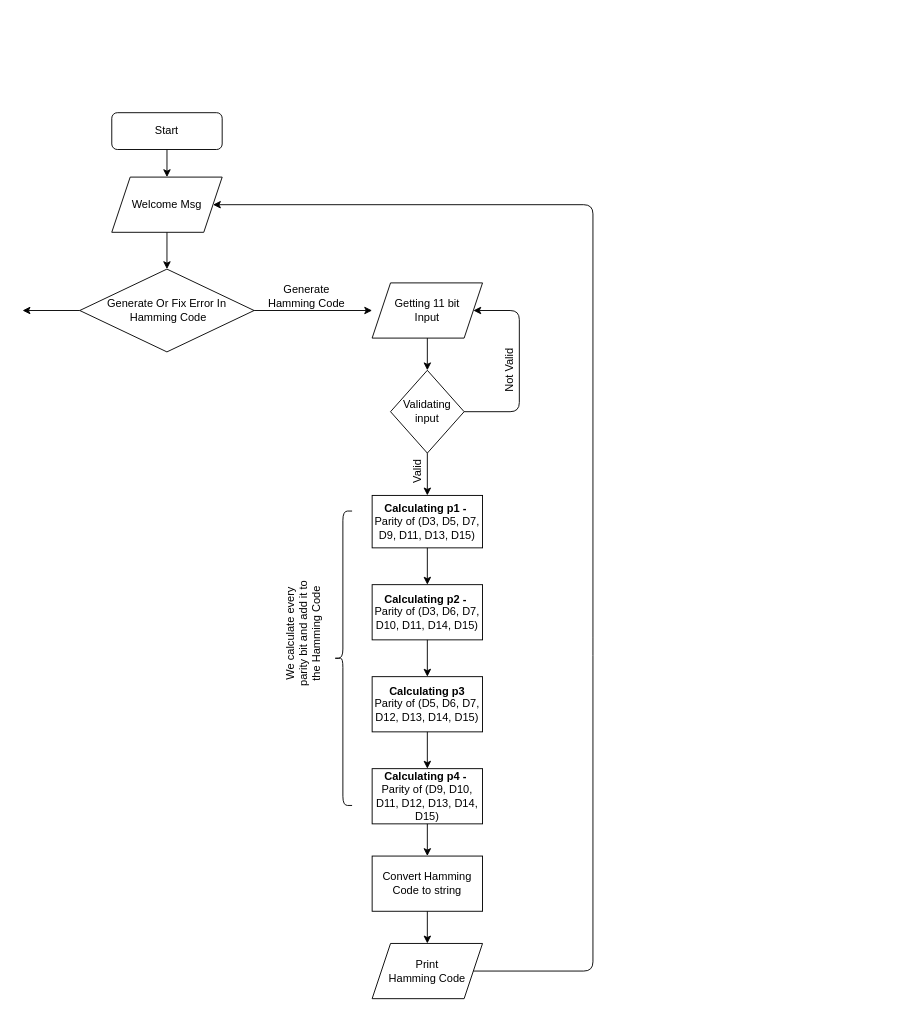
Bnux256/Hamming-Code-8086 keeps this draw.io diagram as Diagrams/Part1.drawio. Above is the earlier version. Source tidied: cells renumbered, new cells numbered last; positions are measured from the earlier drawing's top-left corner, leaving out a move shared by most shapes. Both pictures are drawn from the tidied source at 92%, with x=0, y=0 at pixel (22, 112).
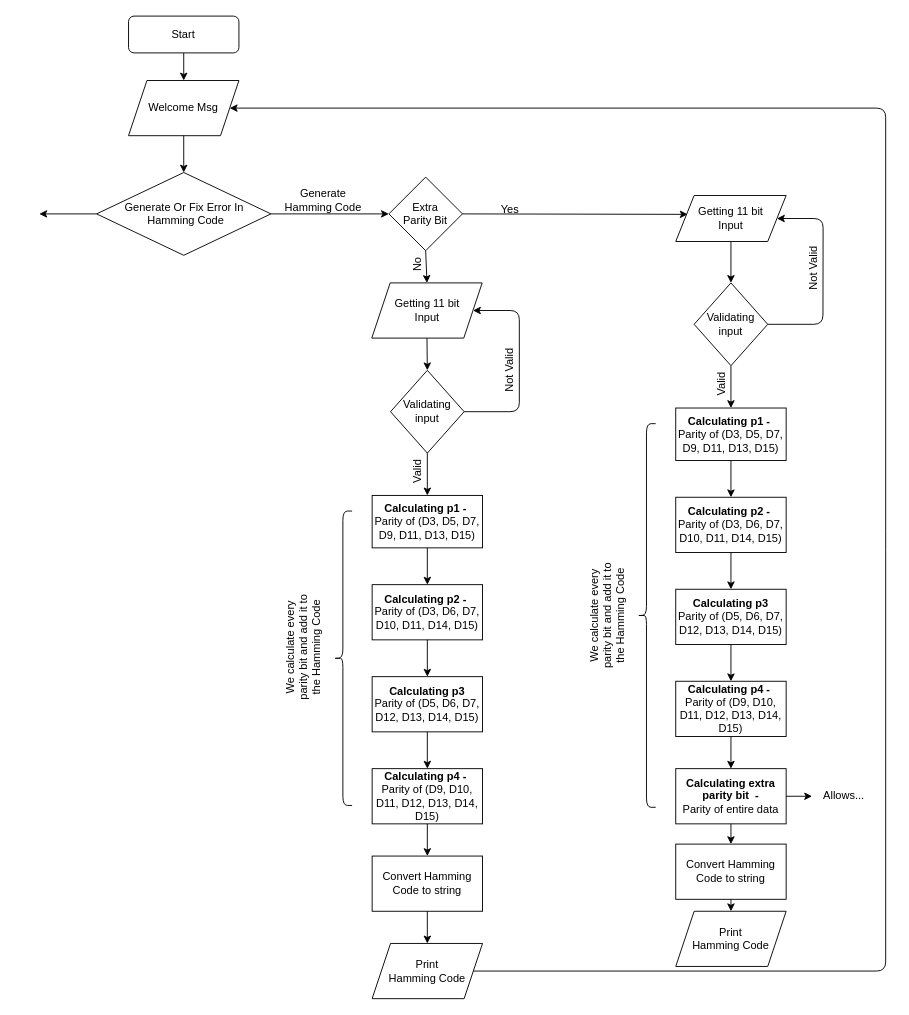
After the change.

Unchanged cells that the change refers to:
```xml
<mxCell id="24" value="Print &lt;br&gt;Hamming Code" style="shape=parallelogram;perimeter=parallelogramPerimeter;whiteSpace=wrap;html=1;fixedSize=1;" parent="1" vertex="1">
  <mxGeometry x="380" y="903" width="120" height="60" as="geometry" />
</mxCell>
```

What changed in the source:
```diff
@@
     <mxCell id="2" value="Welcome Msg" style="shape=parallelogram;perimeter=parallelogramPerimeter;whiteSpace=wrap;html=1;fixedSize=1;" parent="1" vertex="1">
-      <mxGeometry x="97" y="70" width="120" height="60" as="geometry" />
+      <mxGeometry x="115.2" y="-35" width="120" height="60" as="geometry" />
     </mxCell>
     <mxCell id="3" style="endArrow=classic;html=1;exitX=0.5;exitY=1;exitDx=0;exitDy=0;" parent="1" edge="1" target="2">
       <mxGeometry relative="1" as="geometry">
-        <mxPoint x="157" y="40" as="sourcePoint" />
+        <mxPoint x="175.2" y="-65" as="sourcePoint" />
       </mxGeometry>
     </mxCell>
     <mxCell id="4" value="Generate Or Fix Error In&lt;br&gt;&amp;nbsp;Hamming Code" style="rhombus;whiteSpace=wrap;html=1;" parent="1" vertex="1">
-      <mxGeometry x="62.2" y="170" width="189.5" height="90" as="geometry" />
+      <mxGeometry x="80.5" y="65" width="189.5" height="90" as="geometry" />
     </mxCell>
@@
     <mxCell id="6" value="Start" style="rounded=1;whiteSpace=wrap;html=1;" parent="1" vertex="1">
-      <mxGeometry x="97" width="120" height="40" as="geometry" />
+      <mxGeometry x="115.2" y="-105" width="120" height="40" as="geometry" />
     </mxCell>
     <mxCell id="7" style="endArrow=classic;html=1;exitX=0;exitY=0.5;exitDx=0;exitDy=0;" parent="1" edge="1" source="4">
       <mxGeometry relative="1" as="geometry">
-        <mxPoint y="215" as="targetPoint" />
+        <mxPoint x="18.2" y="110" as="targetPoint" />
       </mxGeometry>
     </mxCell>
     <mxCell id="8" style="endArrow=classic;html=1;exitX=1;exitY=0.5;exitDx=0;exitDy=0;" parent="1" edge="1" source="4">
       <mxGeometry relative="1" as="geometry">
-        <mxPoint x="380" y="215" as="targetPoint" />
+        <mxPoint x="398.2" y="110" as="targetPoint" />
       </mxGeometry>
     </mxCell>
     <mxCell id="9" value="Generate Hamming Code" style="text;html=1;strokeColor=none;fillColor=none;align=center;verticalAlign=middle;whiteSpace=wrap;rounded=0;" parent="1" vertex="1">
-      <mxGeometry x="260" y="190" width="98.2" height="20" as="geometry" />
+      <mxGeometry x="278.2" y="85" width="98.2" height="20" as="geometry" />
     </mxCell>
     <mxCell id="10" value="Getting 11 bit&lt;br&gt;Input" style="shape=parallelogram;perimeter=parallelogramPerimeter;whiteSpace=wrap;html=1;fixedSize=1;" parent="1" vertex="1">
-      <mxGeometry x="380" y="185" width="120" height="60" as="geometry" />
+      <mxGeometry x="379.6" y="185" width="120" height="60" as="geometry" />
     </mxCell>
@@
-    <mxCell id="20" value="&lt;br&gt;We calculate every parity bit and add it to the Hamming Code" style="text;html=1;strokeColor=none;fillColor=none;align=center;verticalAlign=middle;whiteSpace=wrap;rounded=0;rotation=-90;" parent="1" vertex="1">
-      <mxGeometry x="238.2" y="551" width="120" height="30" as="geometry" />
-    </mxCell>
-    <mxCell id="21" style="shape=curlyBracket;whiteSpace=wrap;html=1;rounded=1;" parent="1" vertex="1">
-      <mxGeometry x="338.2" y="433" width="20" height="320" as="geometry" />
-    </mxCell>
@@
     <mxCell id="30" style="endArrow=classic;html=1;exitX=1;exitY=0.5;exitDx=0;exitDy=0;entryX=1;entryY=0.5;entryDx=0;entryDy=0;" parent="1" edge="1" source="24" target="2">
       <mxGeometry relative="1" as="geometry">
         <Array as="points">
-          <mxPoint x="620" y="933" />
-          <mxPoint x="620" y="580" />
-          <mxPoint x="620" y="100" />
+          <mxPoint x="938.2" y="933" />
+          <mxPoint x="938.2" y="465" />
+          <mxPoint x="938.2" y="-5" />
         </Array>
       </mxGeometry>
     </mxCell>
+    <mxCell id="31" style="group;" parent="1" vertex="1">
+      <mxGeometry x="283.2" y="433" width="75" height="320" as="geometry" />
+    </mxCell>
+    <mxCell id="20" value="&lt;br&gt;We calculate every parity bit and add it to the Hamming Code" style="text;html=1;strokeColor=none;fillColor=none;align=center;verticalAlign=middle;whiteSpace=wrap;rounded=0;rotation=-90;" parent="31" vertex="1">
+      <mxGeometry x="-45" y="133" width="120" height="30" as="geometry" />
+    </mxCell>
+    <mxCell id="21" style="shape=curlyBracket;whiteSpace=wrap;html=1;rounded=1;" parent="31" vertex="1">
+      <mxGeometry x="55" width="20" height="320" as="geometry" />
+    </mxCell>
+    <mxCell id="32" value="Extra &lt;br&gt;Parity Bit" style="rhombus;whiteSpace=wrap;html=1;" parent="1" vertex="1">
+      <mxGeometry x="398.2" y="70" width="80" height="80" as="geometry" />
+    </mxCell>
+    <mxCell id="33" style="endArrow=classic;html=1;exitX=0.5;exitY=1;exitDx=0;exitDy=0;entryX=0.5;entryY=0;entryDx=0;entryDy=0;" parent="1" edge="1" source="32" target="10">
+      <mxGeometry relative="1" as="geometry" />
+    </mxCell>
+    <mxCell id="34" value="No" style="text;html=1;strokeColor=none;fillColor=none;align=center;verticalAlign=middle;whiteSpace=wrap;rounded=0;rotation=-90;" parent="1" vertex="1">
+      <mxGeometry x="410" y="155" width="40" height="20" as="geometry" />
+    </mxCell>
+    <mxCell id="35" style="endArrow=classic;html=1;exitX=1;exitY=0.5;exitDx=0;exitDy=0;entryX=0.108;entryY=0.41;entryDx=0;entryDy=0;entryPerimeter=0;" parent="1" edge="1" source="32" target="37">
+      <mxGeometry relative="1" as="geometry" />
+    </mxCell>
+    <mxCell id="36" value="Yes" style="text;html=1;strokeColor=none;fillColor=none;align=center;verticalAlign=middle;whiteSpace=wrap;rounded=0;" parent="1" vertex="1">
+      <mxGeometry x="510" y="95" width="40" height="20" as="geometry" />
+    </mxCell>
+    <mxCell id="37" value="Getting 11 bit&lt;br&gt;Input" style="shape=parallelogram;perimeter=parallelogramPerimeter;whiteSpace=wrap;html=1;fixedSize=1;" parent="1" vertex="1">
+      <mxGeometry x="710" y="90" width="120" height="50" as="geometry" />
+    </mxCell>
+    <mxCell id="38" style="endArrow=classic;html=1;entryX=0.5;entryY=0;entryDx=0;entryDy=0;" parent="1" edge="1" source="37">
+      <mxGeometry relative="1" as="geometry">
+        <mxPoint x="770" y="185" as="targetPoint" />
+      </mxGeometry>
+    </mxCell>
+    <mxCell id="39" style="endArrow=classic;html=1;exitX=0.5;exitY=1;exitDx=0;exitDy=0;entryX=0.5;entryY=0;entryDx=0;entryDy=0;" parent="1" edge="1" source="49" target="40">
+      <mxGeometry relative="1" as="geometry" />
+    </mxCell>
+    <mxCell id="40" value="&lt;b&gt;Calculating p1 -&amp;nbsp;&lt;br&gt;&lt;/b&gt;Parity of (D3, D5, D7, D9, D11, D13, D15)" style="rounded=0;whiteSpace=wrap;html=1;" parent="1" vertex="1">
+      <mxGeometry x="710" y="321" width="120" height="57" as="geometry" />
+    </mxCell>
+    <mxCell id="41" style="endArrow=classic;html=1;exitX=0.5;exitY=1;exitDx=0;exitDy=0;" parent="1" edge="1">
+      <mxGeometry relative="1" as="geometry">
+        <mxPoint x="770" y="378" as="sourcePoint" />
+        <mxPoint x="770" y="418" as="targetPoint" />
+      </mxGeometry>
+    </mxCell>
+    <mxCell id="42" value="&lt;b&gt;Calculating p2 -&amp;nbsp;&lt;/b&gt;&lt;br&gt;Parity of (D3, D6, D7, D10, D11, D14, D15)" style="rounded=0;whiteSpace=wrap;html=1;" parent="1" vertex="1">
+      <mxGeometry x="710" y="418" width="120" height="60" as="geometry" />
+    </mxCell>
+    <mxCell id="43" style="endArrow=classic;html=1;exitX=0.5;exitY=1;exitDx=0;exitDy=0;" parent="1" edge="1">
+      <mxGeometry relative="1" as="geometry">
+        <mxPoint x="770" y="478" as="sourcePoint" />
+        <mxPoint x="770" y="518" as="targetPoint" />
+      </mxGeometry>
+    </mxCell>
+    <mxCell id="44" value="&lt;b&gt;Calculating p3&lt;/b&gt;&lt;br&gt;Parity of (D5, D6, D7, D12, D13, D14, D15)" style="rounded=0;whiteSpace=wrap;html=1;" parent="1" vertex="1">
+      <mxGeometry x="710" y="518" width="120" height="60" as="geometry" />
+    </mxCell>
+    <mxCell id="45" style="endArrow=classic;html=1;exitX=0.5;exitY=1;exitDx=0;exitDy=0;" parent="1" edge="1">
+      <mxGeometry relative="1" as="geometry">
+        <mxPoint x="770" y="578" as="sourcePoint" />
+        <mxPoint x="770" y="618" as="targetPoint" />
+      </mxGeometry>
+    </mxCell>
+    <mxCell id="46" value="&lt;b&gt;Calculating p4 -&amp;nbsp;&lt;/b&gt;&lt;br&gt;Parity of (D9, D10, D11, D12, D13, D14, D15)" style="rounded=0;whiteSpace=wrap;html=1;" parent="1" vertex="1">
+      <mxGeometry x="710" y="618" width="120" height="60" as="geometry" />
+    </mxCell>
+    <mxCell id="47" value="&lt;b&gt;Calculating extra parity bit&amp;nbsp; - &lt;/b&gt;&lt;br&gt;Parity of entire data" style="rounded=0;whiteSpace=wrap;html=1;" parent="1" vertex="1">
+      <mxGeometry x="710" y="713" width="120" height="60" as="geometry" />
+    </mxCell>
+    <mxCell id="48" style="endArrow=classic;html=1;exitX=0.5;exitY=1;exitDx=0;exitDy=0;entryX=0.5;entryY=0;entryDx=0;entryDy=0;" parent="1" edge="1" target="47">
+      <mxGeometry relative="1" as="geometry">
+        <mxPoint x="770" y="678" as="sourcePoint" />
+      </mxGeometry>
+    </mxCell>
+    <mxCell id="49" value="&amp;nbsp;Validating&amp;nbsp;&lt;br&gt;input" style="rhombus;whiteSpace=wrap;html=1;" parent="1" vertex="1">
+      <mxGeometry x="730" y="185" width="80" height="90" as="geometry" />
+    </mxCell>
+    <mxCell id="50" style="endArrow=classic;html=1;exitX=1;exitY=0.5;exitDx=0;exitDy=0;entryX=1;entryY=0.5;entryDx=0;entryDy=0;" parent="1" edge="1" source="49" target="37">
+      <mxGeometry relative="1" as="geometry">
+        <Array as="points">
+          <mxPoint x="870" y="230" />
+          <mxPoint x="870.2" y="115" />
+        </Array>
+      </mxGeometry>
+    </mxCell>
+    <mxCell id="51" value="Not Valid" style="text;html=1;strokeColor=none;fillColor=none;align=center;verticalAlign=middle;whiteSpace=wrap;rounded=0;rotation=-90;" parent="1" vertex="1">
+      <mxGeometry x="830" y="159" width="60" height="20" as="geometry" />
+    </mxCell>
+    <mxCell id="52" value="Valid" style="text;html=1;strokeColor=none;fillColor=none;align=center;verticalAlign=middle;whiteSpace=wrap;rounded=0;rotation=-90;" parent="1" vertex="1">
+      <mxGeometry x="740" y="285" width="40" height="20" as="geometry" />
+    </mxCell>
+    <mxCell id="53" style="group;" parent="1" vertex="1">
+      <mxGeometry x="613.2" y="338" width="75" height="417" as="geometry" />
+    </mxCell>
+    <mxCell id="54" value="&lt;br&gt;We calculate every parity bit and add it to the Hamming Code" style="text;html=1;strokeColor=none;fillColor=none;align=center;verticalAlign=middle;whiteSpace=wrap;rounded=0;rotation=-90;" parent="53" vertex="1">
+      <mxGeometry x="-45" y="189" width="120" height="39.1" as="geometry" />
+    </mxCell>
+    <mxCell id="55" style="shape=curlyBracket;whiteSpace=wrap;html=1;rounded=1;" parent="53" vertex="1">
+      <mxGeometry x="55" width="20" height="417" as="geometry" />
+    </mxCell>
+    <mxCell id="56" value="Allows..." style="text;html=1;strokeColor=none;fillColor=none;align=center;verticalAlign=middle;whiteSpace=wrap;rounded=0;" parent="1" vertex="1">
+      <mxGeometry x="858.2" y="703" width="70" height="80" as="geometry" />
+    </mxCell>
+    <mxCell id="57" style="endArrow=classic;html=1;exitX=1;exitY=0.5;exitDx=0;exitDy=0;entryX=0;entryY=0.5;entryDx=0;entryDy=0;" parent="1" edge="1" source="47" target="56">
+      <mxGeometry relative="1" as="geometry" />
+    </mxCell>
+    <mxCell id="58" value="Convert Hamming Code to string" style="rounded=0;whiteSpace=wrap;html=1;" parent="1" vertex="1">
+      <mxGeometry x="710" y="795" width="120" height="60" as="geometry" />
+    </mxCell>
+    <mxCell id="59" value="Print &lt;br&gt;Hamming Code" style="shape=parallelogram;perimeter=parallelogramPerimeter;whiteSpace=wrap;html=1;fixedSize=1;" parent="1" vertex="1">
+      <mxGeometry x="710" y="868" width="120" height="60" as="geometry" />
+    </mxCell>
+    <mxCell id="60" style="endArrow=classic;html=1;exitX=0.5;exitY=1;exitDx=0;exitDy=0;entryX=0.5;entryY=0;entryDx=0;entryDy=0;" parent="1" edge="1" source="58" target="59">
+      <mxGeometry relative="1" as="geometry" />
+    </mxCell>
+    <mxCell id="61" style="endArrow=classic;html=1;exitX=0.5;exitY=1;exitDx=0;exitDy=0;entryX=0.5;entryY=0;entryDx=0;entryDy=0;" parent="1" edge="1" source="47" target="58">
+      <mxGeometry relative="1" as="geometry" />
+    </mxCell>
```
